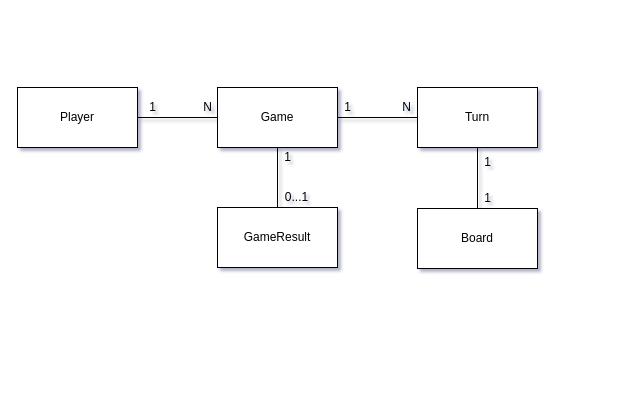
Earlier version of the draw.io diagram docs/othello_conceptual_model.drawio (yr260625/vercel-postgres-trial). Source tidied: cells renumbered, new cells numbered last; positions are measured from the earlier drawing's top-left corner, leaving out a move shared by most shapes. Both pictures are drawn from the tidied source at 100%, with x=0, y=0 at pixel (17, 87).
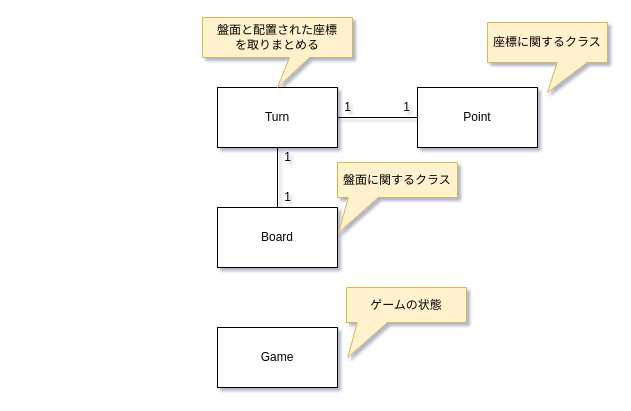
The same page after the edit.

The edit, as a diff of the source:
```diff
@@
 <mxGraphModel background="#ffffff" shadow="1">
   <root>
     <mxCell id="0" />
     <mxCell id="1" parent="0" />
-    <mxCell id="2" style="edgeStyle=none;html=1;exitX=1;exitY=0.5;exitDx=0;exitDy=0;entryX=0;entryY=0.5;entryDx=0;entryDy=0;endArrow=none;endFill=0;" parent="1" edge="1" source="3" target="6">
-      <mxGeometry relative="1" as="geometry" />
-    </mxCell>
-    <mxCell id="3" value="Player" style="rounded=0;whiteSpace=wrap;html=1;" parent="1" vertex="1">
-      <mxGeometry width="120" height="60" as="geometry" />
-    </mxCell>
     <mxCell id="4" style="edgeStyle=none;html=1;exitX=0.5;exitY=1;exitDx=0;exitDy=0;entryX=0.5;entryY=0;entryDx=0;entryDy=0;endArrow=none;endFill=0;" parent="1" edge="1" source="6" target="10">
       <mxGeometry relative="1" as="geometry" />
     </mxCell>
     <mxCell id="5" style="edgeStyle=none;html=1;exitX=1;exitY=0.5;exitDx=0;exitDy=0;endArrow=none;endFill=0;" parent="1" edge="1" source="6" target="9">
       <mxGeometry relative="1" as="geometry" />
     </mxCell>
-    <mxCell id="6" value="Game" style="rounded=0;whiteSpace=wrap;html=1;" parent="1" vertex="1">
+    <mxCell id="6" value="Turn" style="rounded=0;whiteSpace=wrap;html=1;" parent="1" vertex="1">
       <mxGeometry x="200" width="120" height="60" as="geometry" />
     </mxCell>
-    <mxCell id="7" value="Board" style="rounded=0;whiteSpace=wrap;html=1;" parent="1" vertex="1">
-      <mxGeometry x="400" y="121" width="120" height="60" as="geometry" />
-    </mxCell>
-    <mxCell id="8" style="edgeStyle=none;html=1;exitX=0.5;exitY=1;exitDx=0;exitDy=0;entryX=0.5;entryY=0;entryDx=0;entryDy=0;endArrow=none;endFill=0;" parent="1" edge="1" source="9" target="7">
-      <mxGeometry relative="1" as="geometry" />
-    </mxCell>
-    <mxCell id="9" value="Turn" style="rounded=0;whiteSpace=wrap;html=1;" parent="1" vertex="1">
+    <mxCell id="9" value="Point" style="rounded=0;whiteSpace=wrap;html=1;" parent="1" vertex="1">
       <mxGeometry x="400" width="120" height="60" as="geometry" />
     </mxCell>
-    <mxCell id="10" value="GameResult" style="rounded=0;whiteSpace=wrap;html=1;" parent="1" vertex="1">
+    <mxCell id="10" value="Board" style="rounded=0;whiteSpace=wrap;html=1;" parent="1" vertex="1">
       <mxGeometry x="200" y="120" width="120" height="60" as="geometry" />
     </mxCell>
-    <mxCell id="11" value="1" style="text;html=1;align=center;verticalAlign=middle;strokeColor=none;fillColor=none;labelBackgroundColor=none;" parent="1" vertex="1">
-      <mxGeometry x="455" y="60" width="30" height="30" as="geometry" />
-    </mxCell>
-    <mxCell id="12" value="1" style="text;html=1;align=center;verticalAlign=middle;strokeColor=none;fillColor=none;" parent="1" vertex="1">
-      <mxGeometry x="455" y="96" width="30" height="30" as="geometry" />
-    </mxCell>
     <mxCell id="13" value="1" style="text;html=1;align=center;verticalAlign=middle;strokeColor=none;fillColor=none;" parent="1" vertex="1">
       <mxGeometry x="315" y="5" width="30" height="30" as="geometry" />
     </mxCell>
-    <mxCell id="14" value="N" style="text;html=1;align=center;verticalAlign=middle;strokeColor=none;fillColor=none;" parent="1" vertex="1">
+    <mxCell id="14" value="1" style="text;html=1;align=center;verticalAlign=middle;strokeColor=none;fillColor=none;" parent="1" vertex="1">
       <mxGeometry x="374" y="5" width="30" height="30" as="geometry" />
     </mxCell>
-    <mxCell id="15" value="1" style="text;html=1;align=center;verticalAlign=middle;strokeColor=none;fillColor=none;" parent="1" vertex="1">
-      <mxGeometry x="120" y="5" width="30" height="30" as="geometry" />
-    </mxCell>
-    <mxCell id="16" value="N" style="text;html=1;align=center;verticalAlign=middle;strokeColor=none;fillColor=none;" parent="1" vertex="1">
-      <mxGeometry x="175" y="5" width="30" height="30" as="geometry" />
-    </mxCell>
     <mxCell id="17" value="1" style="text;html=1;align=center;verticalAlign=middle;strokeColor=none;fillColor=none;" parent="1" vertex="1">
       <mxGeometry x="255" y="55" width="30" height="30" as="geometry" />
     </mxCell>
-    <mxCell id="18" value="0...1" style="text;html=1;align=center;verticalAlign=middle;strokeColor=none;fillColor=none;labelBackgroundColor=none;" parent="1" vertex="1">
-      <mxGeometry x="254" y="95" width="50" height="30" as="geometry" />
+    <mxCell id="18" value="1" style="text;html=1;align=center;verticalAlign=middle;strokeColor=none;fillColor=none;labelBackgroundColor=none;" parent="1" vertex="1">
+      <mxGeometry x="255" y="95" width="30" height="30" as="geometry" />
     </mxCell>
+    <mxCell id="19" value="Game" style="rounded=0;whiteSpace=wrap;html=1;" parent="1" vertex="1">
+      <mxGeometry x="200" y="240" width="120" height="60" as="geometry" />
+    </mxCell>
+    <mxCell id="20" value="盤面に関するクラス" style="shape=callout;whiteSpace=wrap;html=1;perimeter=calloutPerimeter;fillColor=#fff2cc;strokeColor=#d6b656;size=35;position=0.09;base=30;position2=0.01;" parent="1" vertex="1">
+      <mxGeometry x="320" y="75" width="120" height="70" as="geometry" />
+    </mxCell>
+    <mxCell id="21" value="盤面と配置された座標&lt;br&gt;を取りまとめる" style="shape=callout;whiteSpace=wrap;html=1;perimeter=calloutPerimeter;fillColor=#fff2cc;strokeColor=#d6b656;size=30;position=0.58;base=20;" parent="1" vertex="1">
+      <mxGeometry x="185" y="-70" width="150" height="70" as="geometry" />
+    </mxCell>
+    <mxCell id="22" value="座標に関するクラス" style="shape=callout;whiteSpace=wrap;html=1;perimeter=calloutPerimeter;fillColor=#fff2cc;strokeColor=#d6b656;size=30;position=0.58;base=30;" parent="1" vertex="1">
+      <mxGeometry x="470" y="-65" width="120" height="70" as="geometry" />
+    </mxCell>
+    <mxCell id="23" value="ゲームの状態" style="shape=callout;whiteSpace=wrap;html=1;perimeter=calloutPerimeter;fillColor=#fff2cc;strokeColor=#d6b656;size=35;position=0.09;base=30;position2=0.01;" parent="1" vertex="1">
+      <mxGeometry x="329" y="200" width="120" height="70" as="geometry" />
+    </mxCell>
   </root>
 </mxGraphModel>
```
